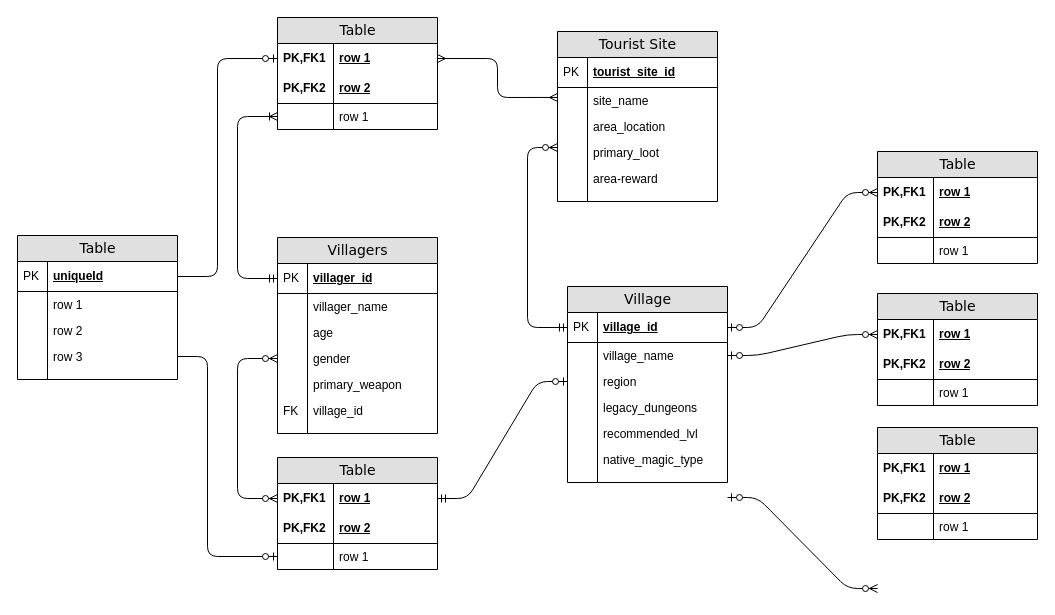
Before: ELDEN RING ERD.drawio in patrickabrena/sql-assignment-3, a draw.io diagram. Source tidied: cells renumbered, new cells numbered last; positions are measured from the earlier drawing's top-left corner, leaving out a move shared by most shapes. Both pictures are drawn from the tidied source at 100%, with x=0, y=0 at pixel (17, 17).
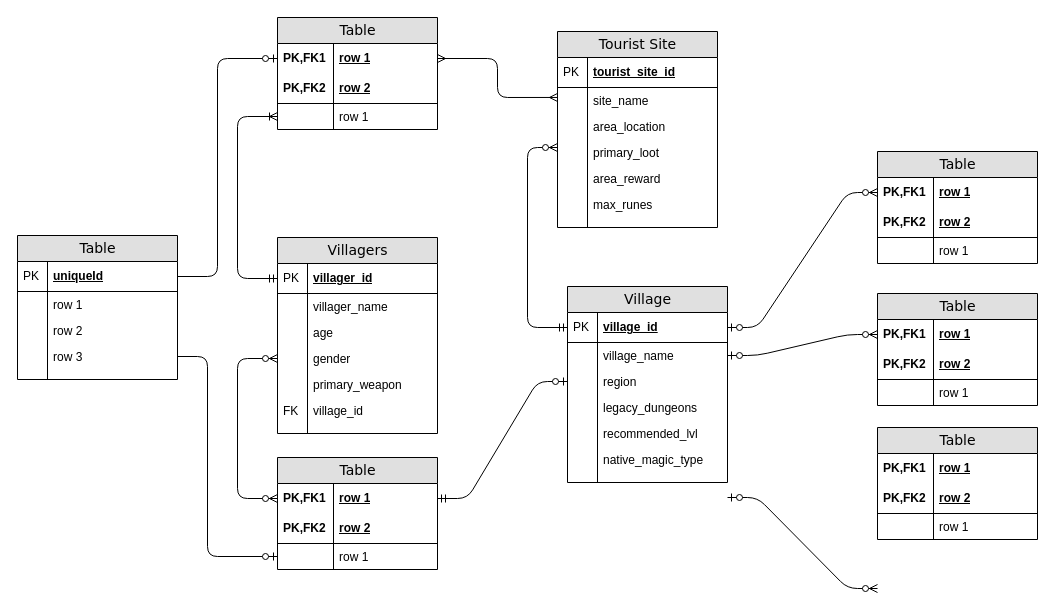
The same diagram, later.

What changed in the source:
```diff
@@
     <mxCell id="9" value="Tourist Site" style="swimlane;html=1;fontStyle=0;horizontal=1;startSize=26;fillColor=#e0e0e0;swimlaneFillColor=#ffffff;align=center;rounded=0;shadow=0;comic=0;labelBackgroundColor=none;strokeWidth=1;fontFamily=Verdana;fontSize=14;swimlaneLine=1;" parent="1" vertex="1">
-      <mxGeometry x="540" y="14" width="160" height="170" as="geometry" />
+      <mxGeometry x="540" y="14" width="160" height="196" as="geometry" />
     </mxCell>
@@
-    <mxCell id="18" value="area-reward" style="shape=partialRectangle;top=0;left=0;right=0;bottom=0;html=1;align=left;verticalAlign=top;fillColor=none;spacingLeft=34;spacingRight=4;whiteSpace=wrap;overflow=hidden;" parent="9" vertex="1">
+    <mxCell id="18" value="area_reward" style="shape=partialRectangle;top=0;left=0;right=0;bottom=0;html=1;align=left;verticalAlign=top;fillColor=none;spacingLeft=34;spacingRight=4;whiteSpace=wrap;overflow=hidden;" parent="9" vertex="1">
       <mxGeometry y="134" width="160" height="26" as="geometry" />
     </mxCell>
@@
+    <mxCell id="101" value="max_runes" style="shape=partialRectangle;top=0;left=0;right=0;bottom=0;html=1;align=left;verticalAlign=top;fillColor=none;spacingLeft=34;spacingRight=4;whiteSpace=wrap;overflow=hidden;" parent="9" vertex="1">
+      <mxGeometry y="160" width="160" height="26" as="geometry" />
+    </mxCell>
+    <mxCell id="102" style="shape=partialRectangle;top=0;left=0;bottom=0;html=1;fillColor=none;align=left;verticalAlign=top;spacingLeft=4;spacingRight=4;whiteSpace=wrap;overflow=hidden;" parent="101" vertex="1">
+      <mxGeometry width="30" height="26" as="geometry" />
+    </mxCell>
     <mxCell id="20" style="shape=partialRectangle;top=0;left=0;right=0;bottom=0;html=1;align=left;verticalAlign=top;fillColor=none;spacingLeft=34;spacingRight=4;whiteSpace=wrap;overflow=hidden;" parent="9" vertex="1">
-      <mxGeometry y="160" width="160" height="10" as="geometry" />
+      <mxGeometry y="186" width="160" height="10" as="geometry" />
     </mxCell>
```
